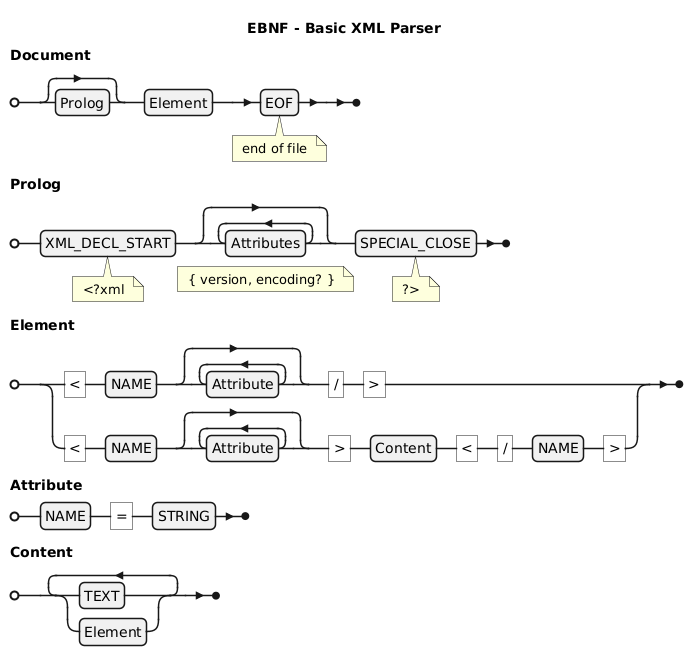
erkobridee/ds-ast keeps this PlantUML diagram as implementations/ts-parser-xml/assets/images/parser-xml.png. Above is the earlier version.
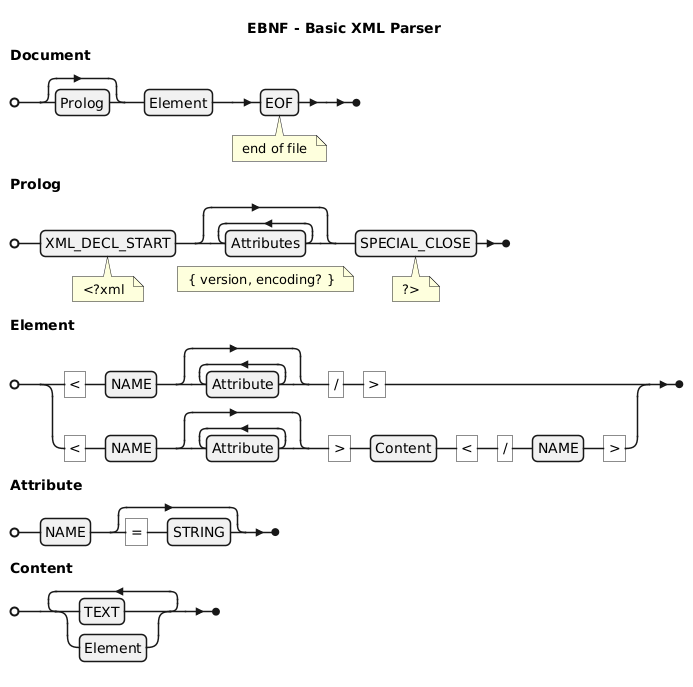
The same file after the commit.

Commit message:
update( ts-parser-xml): docs

The edit, as a diff of the source:
```diff
@@ -12,7 +12,7 @@
   )
   ;
 
-Attribute = NAME , "=" , STRING ;
+Attribute = NAME , [ "=" , STRING ] ;
 
 Content = { (
     TEXT |
```
